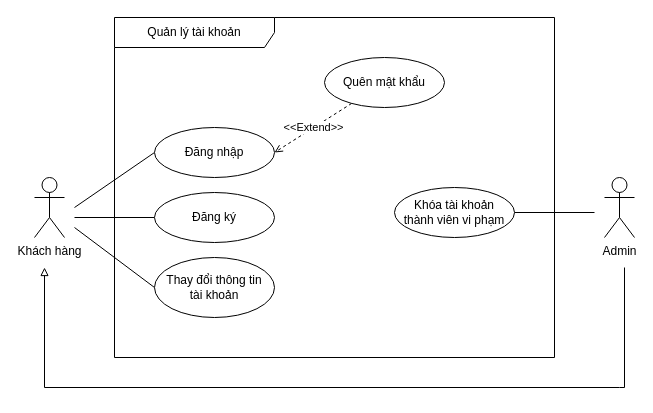
Above: page "QuanLyTaiKhoan" (2 of 10) of usecase.drawio in QuangHuy2201/FinalProject-Diagrams (draw.io), before the change. Source tidied: cells renumbered, new cells numbered last; positions are measured from the earlier drawing's top-left corner, leaving out a move shared by most shapes. Both pictures are drawn from the tidied source at 100%, with x=0, y=0 at pixel (34, 17).
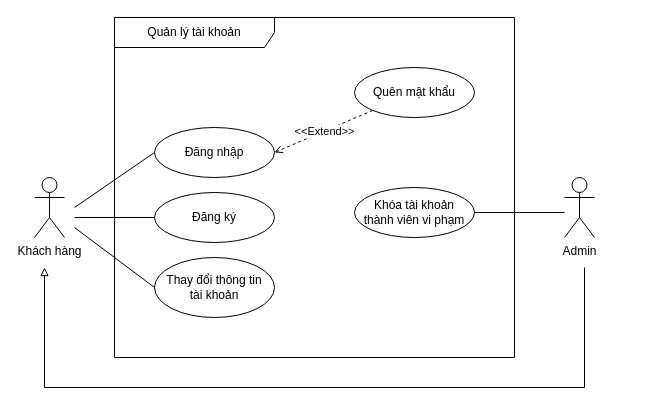
The same diagram, later.

Commit message:
Cập nhật usecase.drawio

What changed in the source:
```diff
@@
-    <mxCell id="9" value="Quên mật khẩu" style="ellipse;whiteSpace=wrap;html=1;" parent="1" vertex="1">
-      <mxGeometry x="290" y="40" width="120" height="50" as="geometry" />
-    </mxCell>
@@
     <mxCell id="12" style="edgeStyle=orthogonalEdgeStyle;rounded=0;orthogonalLoop=1;jettySize=auto;html=1;endArrow=block;endFill=0;" parent="1" edge="1">
       <mxGeometry relative="1" as="geometry">
-        <mxPoint x="590" y="250" as="sourcePoint" />
+        <mxPoint x="550" y="250" as="sourcePoint" />
         <mxPoint x="10" y="250" as="targetPoint" />
         <Array as="points">
-          <mxPoint x="585" y="370" />
-          <mxPoint x="11" y="370" />
+          <mxPoint x="550" y="250" />
+          <mxPoint x="550" y="370" />
+          <mxPoint x="10" y="370" />
         </Array>
       </mxGeometry>
     </mxCell>
     <mxCell id="13" value="Admin" style="shape=umlActor;verticalLabelPosition=bottom;verticalAlign=top;html=1;" parent="1" vertex="1">
-      <mxGeometry x="570" y="160" width="30" height="60" as="geometry" />
+      <mxGeometry x="530" y="160" width="30" height="60" as="geometry" />
     </mxCell>
     <mxCell id="14" style="edgeStyle=orthogonalEdgeStyle;rounded=0;jettySize=auto;html=1;endArrow=none;endFill=0;" parent="1" edge="1" source="15">
       <mxGeometry relative="1" as="geometry">
-        <mxPoint x="560" y="195" as="targetPoint" />
+        <mxPoint x="530" y="195" as="targetPoint" />
       </mxGeometry>
     </mxCell>
+    <mxCell id="16" value="Quản lý tài khoản" style="shape=umlFrame;whiteSpace=wrap;html=1;width=160;" parent="1" vertex="1">
+      <mxGeometry x="80" width="400" height="340" as="geometry" />
+    </mxCell>
-    <mxCell id="15" value="Khóa tài khoản&lt;div&gt;thành viên vi phạm&lt;/div&gt;" style="ellipse;whiteSpace=wrap;html=1;" parent="1" vertex="1">
-      <mxGeometry x="360" y="170" width="120" height="50" as="geometry" />
+    <mxCell id="15" value="Khóa tài khoản&lt;div&gt;thành viên vi phạm&lt;/div&gt;" style="ellipse;whiteSpace=wrap;html=1;" parent="16" vertex="1">
+      <mxGeometry x="240" y="170" width="120" height="50" as="geometry" />
     </mxCell>
-    <mxCell id="16" value="Quản lý tài khoản" style="shape=umlFrame;whiteSpace=wrap;html=1;width=160;" parent="1" vertex="1">
-      <mxGeometry x="80" width="440" height="340" as="geometry" />
-    </mxCell>
+    <mxCell id="9" value="Quên mật khẩu" style="ellipse;whiteSpace=wrap;html=1;" parent="16" vertex="1">
+      <mxGeometry x="240" y="50" width="120" height="50" as="geometry" />
+    </mxCell>
```
